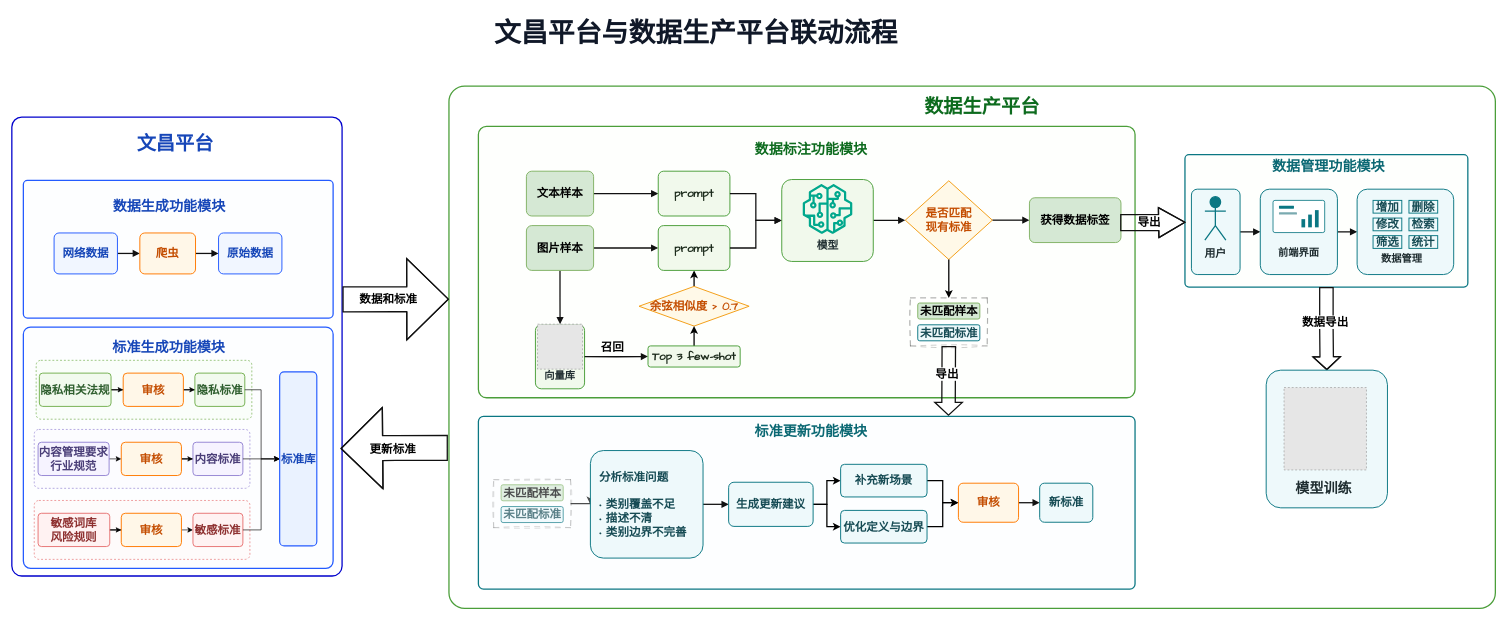
Above: 文昌平台与数据生产平台联动流程.drawio in linslime/DrawIO (draw.io), before the change. Source tidied: cells renumbered, new cells numbered last; positions are measured from the earlier drawing's top-left corner, leaving out a move shared by most shapes. Both pictures are drawn from the tidied source at 64%, with x=0, y=0 at pixel (12, 11). Pictures stored in the file or linked from it are replaced by grey dashed boxes.
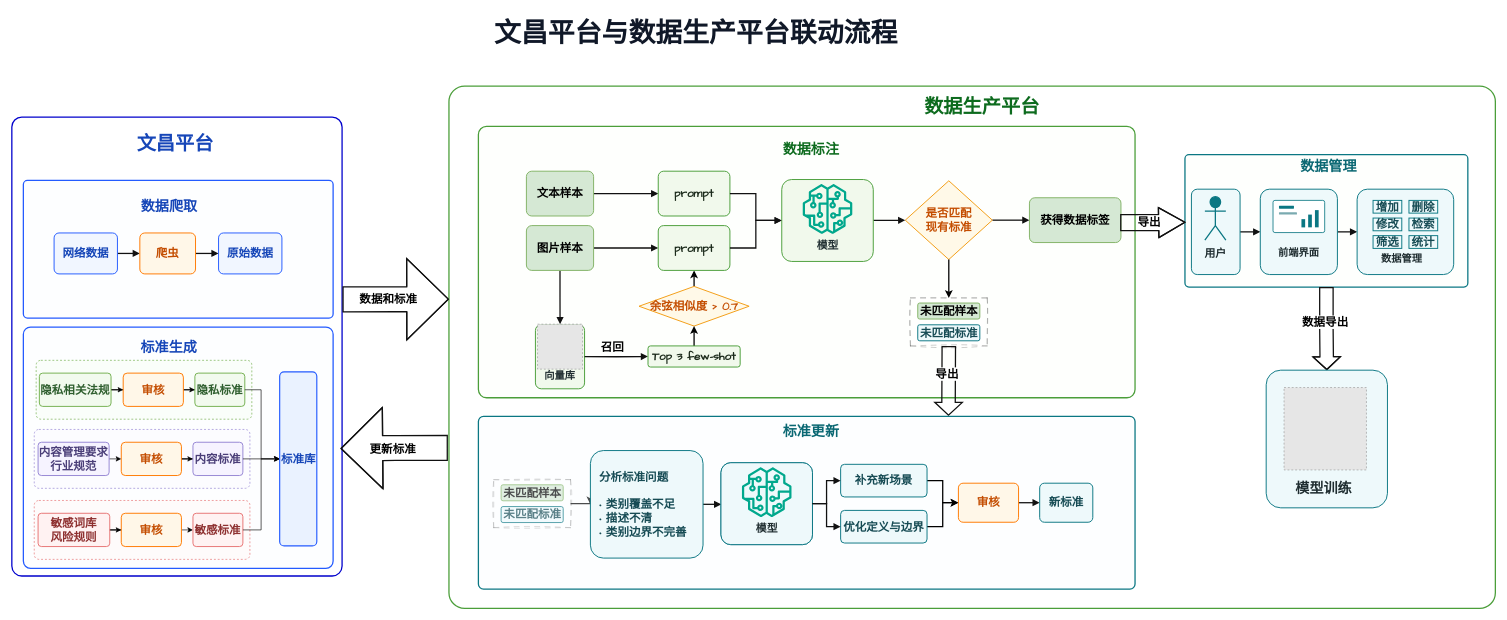
After the change.

Commit message (it also covers changes not shown here):
更新文昌平台与数据生产平台联动流程.drawio

The change refers to these unchanged cells:
```xml
<mxCell id="7" style="group;" parent="1" vertex="1">
  <mxGeometry x="729" y="180" width="1026" height="424" as="geometry" />
</mxCell>
<mxCell id="35" style="group;" parent="1" vertex="1">
  <mxGeometry x="1833" y="221" width="442" height="212.1" as="geometry" />
</mxCell>
<mxCell id="63" style="group;" parent="1" vertex="1">
  <mxGeometry y="166.5" width="516" height="717" as="geometry" />
</mxCell>
<mxCell id="117" style="group;" parent="1" vertex="1">
  <mxGeometry x="729" y="633" width="1026" height="270" as="geometry" />
</mxCell>
<mxCell id="127" value="&lt;font style=&quot;font-size: 18px;&quot;&gt;分析标准问题&lt;/font&gt;&lt;div&gt;&lt;font style=&quot;font-size: 18px;&quot;&gt;&lt;br&gt;&lt;/font&gt;&lt;div&gt;&lt;font style=&quot;font-size: 18px;&quot;&gt;• 类别覆盖不足&lt;/font&gt;&lt;/div&gt;&lt;div&gt;&lt;font style=&quot;font-size: 18px;&quot;&gt;• 描述不清&lt;/font&gt;&lt;/div&gt;&lt;div&gt;&lt;font style=&quot;font-size: 18px;&quot;&gt;• 类别边界不完善&lt;/font&gt;&lt;/div&gt;&lt;/div&gt;" style="rounded=1;arcSize=12;whiteSpace=wrap;html=1;align=center;verticalAlign=middle;strokeWidth=1.5;shadow=0;fontFamily=Comic Sans MS;fontSize=16;fontColor=#164B54;strokeColor=#0B7783;fillColor=#EEF9FB;align=left;spacingLeft=12;fontStyle=1;" parent="117" vertex="1">
  <mxGeometry x="175" y="53.5" width="176" height="168" as="geometry" />
</mxCell>
<mxCell id="132" value="补充新场景" style="rounded=1;arcSize=12;whiteSpace=wrap;html=1;align=center;verticalAlign=middle;strokeWidth=1.5;shadow=0;fontFamily=Comic Sans MS;fontSize=18;fontColor=#164B54;strokeColor=#0B7783;fillColor=#EEF9FB;fontStyle=1;" parent="117" vertex="1">
  <mxGeometry x="566" y="75" width="135" height="51" as="geometry" />
</mxCell>
<mxCell id="134" value="优化定义与边界" style="rounded=1;arcSize=12;whiteSpace=wrap;html=1;align=center;verticalAlign=middle;strokeWidth=1.5;shadow=0;fontFamily=Comic Sans MS;fontSize=18;fontColor=#164B54;strokeColor=#0B7783;fillColor=#EEF9FB;fontStyle=1;" parent="117" vertex="1">
  <mxGeometry x="566" y="147" width="135" height="51" as="geometry" />
</mxCell>
```

The edit, as a diff of the source:
```diff
@@
-    <mxCell id="16" value="数据标注功能模块" style="text;html=1;align=center;verticalAlign=middle;whiteSpace=wrap;rounded=0;strokeColor=none;fillColor=none;fontFamily=Comic Sans MS;fontSize=22;fontStyle=1;fontColor=#0D6B1E;" parent="7" vertex="1">
+    <mxCell id="16" value="数据标注" style="text;html=1;align=center;verticalAlign=middle;whiteSpace=wrap;rounded=0;strokeColor=none;fillColor=none;fontFamily=Comic Sans MS;fontSize=22;fontStyle=1;fontColor=#0D6B1E;" parent="7" vertex="1">
       <mxGeometry x="349.5" y="17" width="340" height="40" as="geometry" />
     </mxCell>
@@
-    <mxCell id="37" value="数据管理功能模块" style="text;html=1;align=center;verticalAlign=middle;whiteSpace=wrap;rounded=0;strokeColor=none;fillColor=none;fontFamily=Comic Sans MS;fontSize=22;fontStyle=1;fontColor=#0B6873;" parent="35" vertex="1">
+    <mxCell id="37" value="数据管理" style="text;html=1;align=center;verticalAlign=middle;whiteSpace=wrap;rounded=0;strokeColor=none;fillColor=none;fontFamily=Comic Sans MS;fontSize=22;fontStyle=1;fontColor=#0B6873;" parent="35" vertex="1">
       <mxGeometry x="49" width="350.9" height="46.8" as="geometry" />
     </mxCell>
@@
-    <mxCell id="67" value="数据生成功能模块" style="text;html=1;align=center;verticalAlign=middle;whiteSpace=wrap;rounded=0;strokeColor=none;fillColor=none;fontFamily=Comic Sans MS;fontSize=22;fontStyle=1;fontColor=#1646B8;" parent="63" vertex="1">
+    <mxCell id="67" value="数据爬取" style="text;html=1;align=center;verticalAlign=middle;whiteSpace=wrap;rounded=0;strokeColor=none;fillColor=none;fontFamily=Comic Sans MS;fontSize=22;fontStyle=1;fontColor=#1646B8;" parent="63" vertex="1">
       <mxGeometry x="115.5" y="119" width="260" height="43" as="geometry" />
     </mxCell>
@@
-    <mxCell id="69" value="标准生成功能模块" style="text;html=1;align=center;verticalAlign=middle;whiteSpace=wrap;rounded=0;strokeColor=none;fillColor=none;fontFamily=Comic Sans MS;fontSize=22;fontStyle=1;fontColor=#1646B8;" parent="63" vertex="1">
+    <mxCell id="69" value="标准生成" style="text;html=1;align=center;verticalAlign=middle;whiteSpace=wrap;rounded=0;strokeColor=none;fillColor=none;fontFamily=Comic Sans MS;fontSize=22;fontStyle=1;fontColor=#1646B8;" parent="63" vertex="1">
       <mxGeometry x="103" y="339" width="285" height="43" as="geometry" />
     </mxCell>
@@
-    <mxCell id="124" value="标准更新功能模块" style="text;html=1;align=center;verticalAlign=middle;whiteSpace=wrap;rounded=0;strokeColor=none;fillColor=none;fontFamily=Comic Sans MS;fontSize=22;fontStyle=1;fontColor=#0B6873;" parent="117" vertex="1">
+    <mxCell id="124" value="标准更新" style="text;html=1;align=center;verticalAlign=middle;whiteSpace=wrap;rounded=0;strokeColor=none;fillColor=none;fontFamily=Comic Sans MS;fontSize=22;fontStyle=1;fontColor=#0B6873;" parent="117" vertex="1">
       <mxGeometry x="330" y="5" width="380" height="42" as="geometry" />
     </mxCell>
-    <mxCell id="125" style="edgeStyle=orthogonalEdgeStyle;rounded=0;jettySize=auto;html=1;endArrow=block;endFill=1;strokeColor=#111111;strokeWidth=2;exitX=1;exitY=0.5;entryX=0;entryY=0.5;fontFamily=Comic Sans MS;fontStyle=1;" parent="117" edge="1" source="127" target="130">
-      <mxGeometry relative="1" as="geometry" />
-    </mxCell>
@@
+    <mxCell id="137" style="edgeStyle=orthogonalEdgeStyle;shape=connector;rounded=0;jettySize=auto;html=1;exitX=1;exitY=0.5;exitDx=0;exitDy=0;strokeColor=#111111;strokeWidth=2;align=center;verticalAlign=middle;fontFamily=Comic Sans MS;fontSize=11;fontColor=default;fontStyle=1;labelBackgroundColor=default;endArrow=block;endFill=1;entryX=0.003;entryY=0.515;entryDx=0;entryDy=0;entryPerimeter=0;" parent="117" edge="1" source="127" target="139">
+      <mxGeometry relative="1" as="geometry" />
+    </mxCell>
@@
-    <mxCell id="128" style="edgeStyle=orthogonalEdgeStyle;shape=connector;rounded=0;jettySize=auto;html=1;exitX=1;exitY=0.5;exitDx=0;exitDy=0;entryX=0;entryY=0.5;entryDx=0;entryDy=0;strokeColor=default;strokeWidth=2;align=center;verticalAlign=middle;fontFamily=Helvetica;fontSize=11;fontColor=default;labelBackgroundColor=default;endArrow=classic;endFill=1;" parent="117" edge="1" source="130" target="132">
-      <mxGeometry relative="1" as="geometry" />
-    </mxCell>
-    <mxCell id="129" style="edgeStyle=orthogonalEdgeStyle;shape=connector;rounded=0;jettySize=auto;html=1;exitX=1;exitY=0.5;exitDx=0;exitDy=0;entryX=0;entryY=0.5;entryDx=0;entryDy=0;strokeColor=default;strokeWidth=2;align=center;verticalAlign=middle;fontFamily=Helvetica;fontSize=11;fontColor=default;labelBackgroundColor=default;endArrow=classic;endFill=1;" parent="117" edge="1" source="130" target="134">
-      <mxGeometry relative="1" as="geometry" />
-    </mxCell>
-    <mxCell id="130" value="生成更新建议" style="rounded=1;arcSize=12;whiteSpace=wrap;html=1;align=center;verticalAlign=middle;strokeWidth=1.5;shadow=0;fontFamily=Comic Sans MS;fontSize=18;fontColor=#164B54;strokeColor=#0B7783;fillColor=#EEF9FB;fontStyle=1;" parent="117" vertex="1">
-      <mxGeometry x="391" y="103" width="132" height="69" as="geometry" />
-    </mxCell>
@@
+    <mxCell id="138" style="group;rounded=1;shadow=0;strokeColor=#0B7783;strokeWidth=1.5;align=center;verticalAlign=middle;arcSize=12;fontFamily=Comic Sans MS;fontSize=18;fontColor=#164B54;fontStyle=1;fillColor=#EEF9FB;" parent="117" vertex="1">
+      <mxGeometry x="379" y="72.5" width="143" height="128" as="geometry" />
+    </mxCell>
+    <mxCell id="139" style="rounded=1;arcSize=12;whiteSpace=wrap;html=1;align=center;verticalAlign=middle;strokeWidth=1.5;shadow=0;fontFamily=Comic Sans MS;fontSize=18;fontColor=#164B54;strokeColor=#0B7783;fillColor=#EEF9FB;fontStyle=1;" parent="138" vertex="1">
+      <mxGeometry width="143" height="128" as="geometry" />
+    </mxCell>
+    <mxCell id="140" style="sketch=0;fontColor=#232F3E;gradientColor=none;fillColor=#01A88D;strokeColor=none;dashed=0;verticalLabelPosition=bottom;verticalAlign=top;align=center;html=1;fontSize=12;fontStyle=0;shape=mxgraph.aws4.sagemaker_model;hachureGap=4;jiggle=2;curveFitting=1;fontFamily=Architects Daughter;" parent="138" vertex="1">
+      <mxGeometry x="32.5" y="7" width="78" height="78" as="geometry" />
+    </mxCell>
+    <mxCell id="141" value="模型" style="text;html=1;align=center;verticalAlign=middle;whiteSpace=wrap;rounded=0;strokeColor=none;fillColor=none;fontFamily=Comic Sans MS;fontSize=17;fontColor=#1F2D30;fontStyle=1;" parent="138" vertex="1">
+      <mxGeometry x="33.5" y="85" width="76" height="37.4" as="geometry" />
+    </mxCell>
+    <mxCell id="142" style="edgeStyle=orthogonalEdgeStyle;shape=connector;rounded=0;jettySize=auto;html=1;exitX=1;exitY=0.5;exitDx=0;exitDy=0;entryX=0;entryY=0.5;entryDx=0;entryDy=0;strokeColor=#111111;strokeWidth=2;align=center;verticalAlign=middle;fontFamily=Comic Sans MS;fontSize=11;fontColor=default;fontStyle=1;labelBackgroundColor=default;endArrow=block;endFill=1;" parent="117" edge="1" source="139" target="132">
+      <mxGeometry relative="1" as="geometry" />
+    </mxCell>
+    <mxCell id="143" style="edgeStyle=orthogonalEdgeStyle;shape=connector;rounded=0;jettySize=auto;html=1;exitX=1;exitY=0.5;exitDx=0;exitDy=0;entryX=0;entryY=0.5;entryDx=0;entryDy=0;strokeColor=#111111;strokeWidth=2;align=center;verticalAlign=middle;fontFamily=Comic Sans MS;fontSize=11;fontColor=default;fontStyle=1;labelBackgroundColor=default;endArrow=block;endFill=1;" parent="117" edge="1" source="139" target="134">
+      <mxGeometry relative="1" as="geometry" />
+    </mxCell>
```
